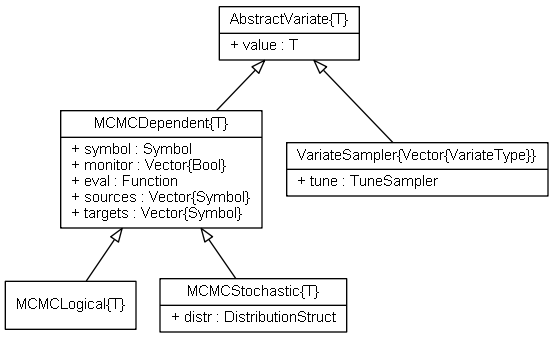
The Graphviz diagram doc/images/variateUML.png in brian-j-smith/Mamba.jl, before a commit. Its source is kept beside it as doc/images/variateUML.dot.
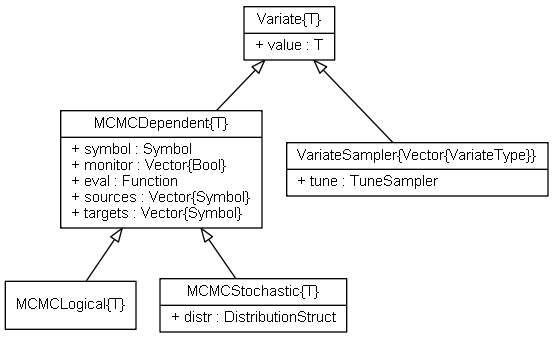
The same diagram one commit later.

Diff of the diagram source:
```diff
@@ -6,7 +6,7 @@
 
 	edge [fontname = "Helvetica", fontsize = 11, dir = back, arrowtail = empty]
 
-	AbstractVariate [label = "{AbstractVariate\{T\}|+ value : T\l}"]
+	Variate [label = "{Variate\{T\}|+ value : T\l}"]
 
 	MCMCDependent [label = "{MCMCDependent\{T\}|+ symbol : Symbol\l+ monitor : Vector\{Bool\}\l+ eval : Function\l+ sources : Vector\{Symbol\}\l+ targets : Vector\{Symbol\}\l}"]
 
@@ -16,9 +16,9 @@
 
 	VariateSampler [label = "{VariateSampler\{Vector\{VariateType\}\}|+ tune : TuneSampler\l}"]
 
-	AbstractVariate -> MCMCDependent
+	Variate -> MCMCDependent
 	MCMCDependent -> MCMCLogical
 	MCMCDependent -> MCMCStochastic
-	AbstractVariate -> VariateSampler
+	Variate -> VariateSampler
 
 }
```
